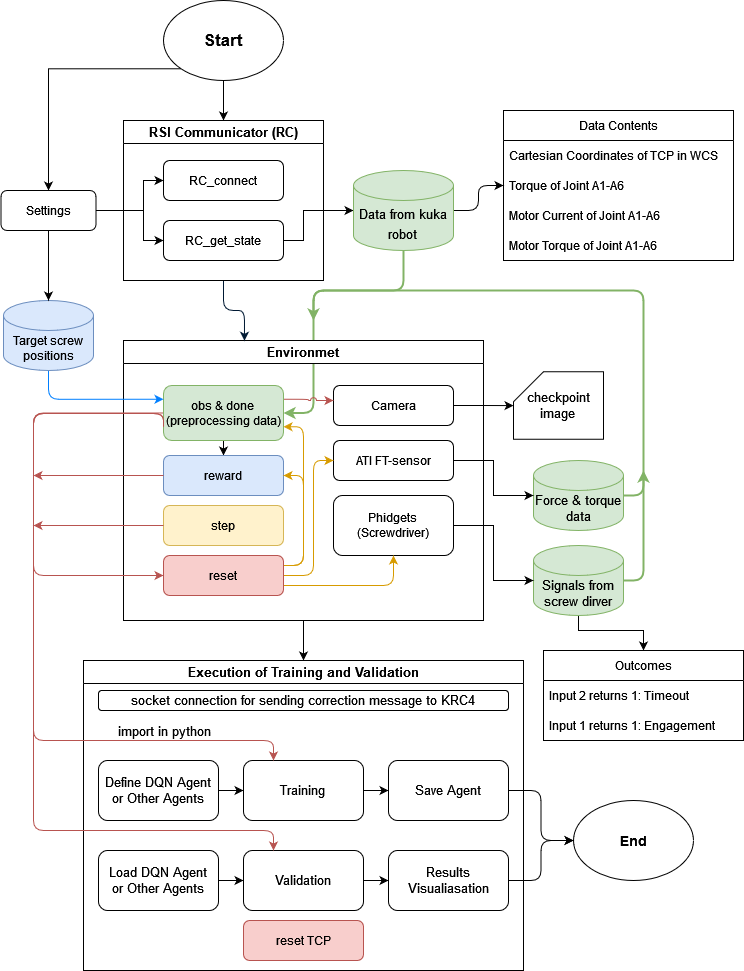
Earlier version of the draw.io export New_Worflow.png (TONiiV/flowcharts). Source tidied: cells renumbered, new cells last; positions are measured from the earlier drawing's top-left corner, leaving out a move shared by most shapes.
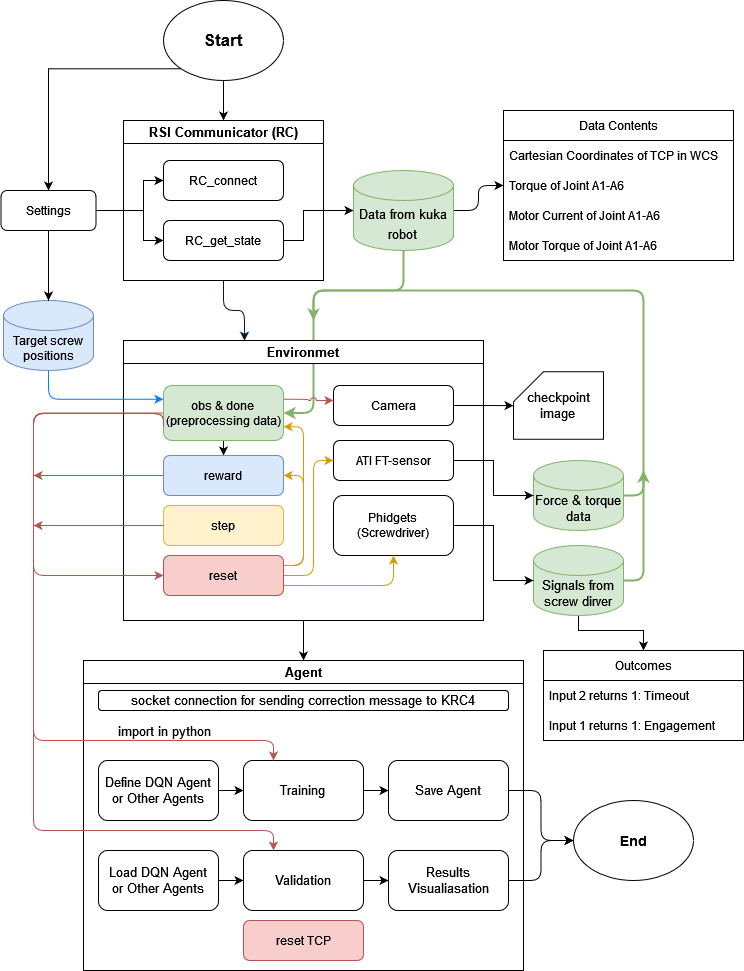
Above is the later version.

What changed in the source:
```diff
@@ -133,7 +133,7 @@
     <mxCell id="33" style="edgeStyle=orthogonalEdgeStyle;rounded=0;jettySize=auto;html=1;fontSize=13;" parent="1" edge="1" source="13" target="32">
       <mxGeometry relative="1" as="geometry" />
     </mxCell>
-    <mxCell id="34" value="Execution of Training and Validation" style="swimlane;fontSize=13;" parent="1" vertex="1">
+    <mxCell id="34" value="Agent" style="swimlane;fontSize=13;" parent="1" vertex="1">
       <mxGeometry x="82" y="660" width="440" height="310" as="geometry" />
     </mxCell>
     <mxCell id="35" style="edgeStyle=orthogonalEdgeStyle;rounded=0;jettySize=auto;html=1;exitX=1;exitY=0.5;exitDx=0;exitDy=0;entryX=0;entryY=0.5;entryDx=0;entryDy=0;fontSize=13;strokeWidth=1;" parent="34" edge="1" source="36" target="38">
```
